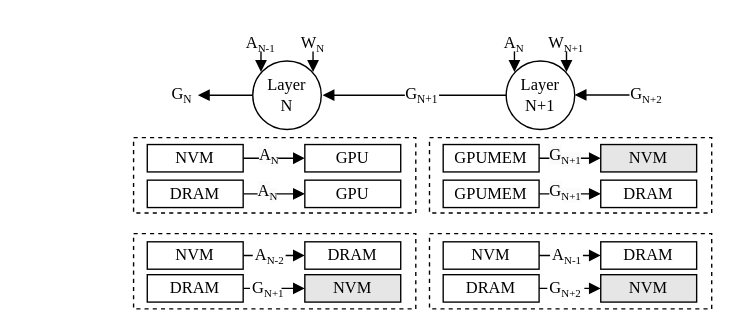
Earlier version of the draw.io diagram fig/pipeline2.drawio (icszhr/NCheck). Source tidied: cells renumbered, new cells numbered last; positions are measured from the earlier drawing's top-left corner, leaving out a move shared by most shapes. Both pictures are drawn from the tidied source at 137%, with x=0, y=0 at pixel (133, 23).
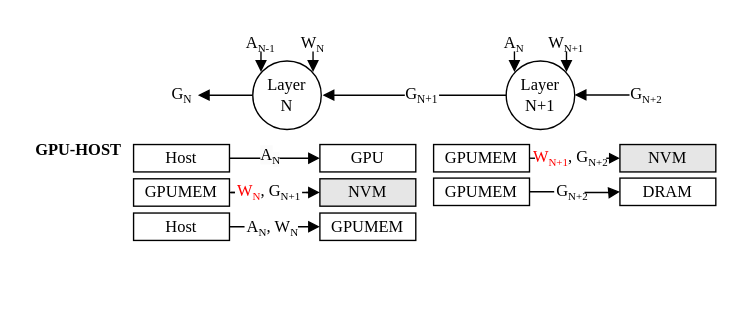
Above is the later version.

What changed in the source:
```diff
@@
-    <mxCell id="2" style="rounded=0;whiteSpace=wrap;html=1;fillColor=none;dashed=1;fontFamily=Times New Roman;" parent="1" vertex="1">
-      <mxGeometry y="153" width="206" height="55" as="geometry" />
-    </mxCell>
-    <mxCell id="3" style="rounded=0;whiteSpace=wrap;html=1;fillColor=none;dashed=1;fontFamily=Times New Roman;" parent="1" vertex="1">
-      <mxGeometry x="216" y="153" width="206" height="55" as="geometry" />
-    </mxCell>
@@
-    <mxCell id="9" style="rounded=0;whiteSpace=wrap;html=1;fillColor=none;dashed=1;fontFamily=Times New Roman;" parent="1" vertex="1">
-      <mxGeometry y="83" width="206" height="55" as="geometry" />
-    </mxCell>
@@
-    <mxCell id="11" value="NVM" style="rounded=0;whiteSpace=wrap;html=1;fontFamily=Times New Roman;" parent="1" vertex="1">
-      <mxGeometry x="10" y="88" width="70" height="20" as="geometry" />
+    <mxCell id="11" value="Host" style="rounded=0;whiteSpace=wrap;html=1;fontFamily=Times New Roman;" parent="1" vertex="1">
+      <mxGeometry y="88" width="70" height="20" as="geometry" />
     </mxCell>
     <mxCell id="12" value="GPU" style="rounded=0;whiteSpace=wrap;html=1;fontFamily=Times New Roman;" parent="1" vertex="1">
-      <mxGeometry x="125" y="88" width="70" height="20" as="geometry" />
+      <mxGeometry x="136" y="88" width="70" height="20" as="geometry" />
     </mxCell>
-    <mxCell id="13" style="edgeStyle=orthogonalEdgeStyle;rounded=0;jettySize=auto;html=1;entryX=0;entryY=0.5;entryDx=0;entryDy=0;endArrow=block;endFill=1;fontFamily=Times New Roman;" parent="1" edge="1" source="14" target="15">
-      <mxGeometry relative="1" as="geometry" />
-    </mxCell>
-    <mxCell id="14" value="NVM" style="rounded=0;whiteSpace=wrap;html=1;fontFamily=Times New Roman;" parent="1" vertex="1">
-      <mxGeometry x="10" y="159" width="70" height="20" as="geometry" />
-    </mxCell>
-    <mxCell id="15" value="DRAM" style="rounded=0;whiteSpace=wrap;html=1;fontFamily=Times New Roman;" parent="1" vertex="1">
-      <mxGeometry x="125" y="159" width="70" height="20" as="geometry" />
-    </mxCell>
-    <mxCell id="16" value="&lt;div style=&quot;text-align: center;&quot;&gt;A&lt;sub&gt;&lt;font style=&quot;font-size: 8px;&quot;&gt;N-2&lt;/font&gt;&lt;/sub&gt;&lt;br&gt;&lt;/div&gt;" style="text;whiteSpace=wrap;html=1;fillColor=default;fontFamily=Times New Roman;" parent="1" vertex="1">
-      <mxGeometry x="87" y="155" width="24" height="24" as="geometry" />
-    </mxCell>
     <mxCell id="17" value="&lt;span style=&quot;color: rgb(0, 0, 0); font-size: 12px; font-style: normal; font-variant-ligatures: normal; font-variant-caps: normal; font-weight: 400; letter-spacing: normal; orphans: 2; text-align: center; text-indent: 0px; text-transform: none; widows: 2; word-spacing: 0px; -webkit-text-stroke-width: 0px; white-space: normal; background-color: rgb(251, 251, 251); text-decoration-thickness: initial; text-decoration-style: initial; text-decoration-color: initial; float: none; display: inline !important;&quot;&gt;A&lt;/span&gt;&lt;sub style=&quot;forced-color-adjust: none; color: rgb(0, 0, 0); font-style: normal; font-variant-ligatures: normal; font-variant-caps: normal; font-weight: 400; letter-spacing: normal; orphans: 2; text-align: center; text-indent: 0px; text-transform: none; widows: 2; word-spacing: 0px; -webkit-text-stroke-width: 0px; white-space: normal; background-color: rgb(251, 251, 251); text-decoration-thickness: initial; text-decoration-style: initial; text-decoration-color: initial;&quot;&gt;&lt;font style=&quot;font-size: 8px;&quot;&gt;N&lt;/font&gt;&lt;/sub&gt;" style="text;whiteSpace=wrap;html=1;fontFamily=Times New Roman;" parent="1" vertex="1">
-      <mxGeometry x="90" y="82" width="23" height="30" as="geometry" />
+      <mxGeometry x="91" y="82" width="23" height="30" as="geometry" />
     </mxCell>
-    <mxCell id="18" style="edgeStyle=orthogonalEdgeStyle;rounded=0;jettySize=auto;html=1;entryX=0;entryY=0.5;entryDx=0;entryDy=0;endArrow=block;endFill=1;exitX=1;exitY=0.5;exitDx=0;exitDy=0;fontFamily=Times New Roman;" parent="1" edge="1" source="19" target="20">
-      <mxGeometry relative="1" as="geometry" />
-    </mxCell>
-    <mxCell id="19" value="DRAM" style="rounded=0;whiteSpace=wrap;html=1;fontFamily=Times New Roman;" parent="1" vertex="1">
-      <mxGeometry x="10" y="114" width="70" height="20" as="geometry" />
-    </mxCell>
-    <mxCell id="20" value="GPU" style="rounded=0;whiteSpace=wrap;html=1;fontFamily=Times New Roman;" parent="1" vertex="1">
-      <mxGeometry x="125" y="114" width="70" height="20" as="geometry" />
-    </mxCell>
-    <mxCell id="21" style="edgeStyle=orthogonalEdgeStyle;rounded=0;jettySize=auto;html=1;entryX=0;entryY=0.5;entryDx=0;entryDy=0;endArrow=block;endFill=1;fontFamily=Times New Roman;" parent="1" edge="1" source="22" target="23">
-      <mxGeometry relative="1" as="geometry" />
-    </mxCell>
-    <mxCell id="22" value="DRAM" style="rounded=0;whiteSpace=wrap;html=1;fontFamily=Times New Roman;" parent="1" vertex="1">
-      <mxGeometry x="10" y="183" width="70" height="20" as="geometry" />
-    </mxCell>
-    <mxCell id="23" value="NVM" style="rounded=0;whiteSpace=wrap;html=1;fontFamily=Times New Roman;fillColor=#E6E6E6;" parent="1" vertex="1">
-      <mxGeometry x="125" y="183" width="70" height="20" as="geometry" />
-    </mxCell>
-    <mxCell id="24" value="&lt;div style=&quot;text-align: center;&quot;&gt;G&lt;sub&gt;&lt;font style=&quot;font-size: 8px;&quot;&gt;N+1&lt;/font&gt;&lt;/sub&gt;&lt;br&gt;&lt;/div&gt;" style="text;whiteSpace=wrap;html=1;fillColor=default;fontFamily=Times New Roman;" parent="1" vertex="1">
-      <mxGeometry x="85" y="179" width="23" height="24" as="geometry" />
-    </mxCell>
-    <mxCell id="25" value="&lt;span style=&quot;color: rgb(0, 0, 0); font-size: 12px; font-style: normal; font-variant-ligatures: normal; font-variant-caps: normal; font-weight: 400; letter-spacing: normal; orphans: 2; text-align: center; text-indent: 0px; text-transform: none; widows: 2; word-spacing: 0px; -webkit-text-stroke-width: 0px; white-space: normal; background-color: rgb(251, 251, 251); text-decoration-thickness: initial; text-decoration-style: initial; text-decoration-color: initial; float: none; display: inline !important;&quot;&gt;A&lt;/span&gt;&lt;sub style=&quot;forced-color-adjust: none; color: rgb(0, 0, 0); font-style: normal; font-variant-ligatures: normal; font-variant-caps: normal; font-weight: 400; letter-spacing: normal; orphans: 2; text-align: center; text-indent: 0px; text-transform: none; widows: 2; word-spacing: 0px; -webkit-text-stroke-width: 0px; white-space: normal; background-color: rgb(251, 251, 251); text-decoration-thickness: initial; text-decoration-style: initial; text-decoration-color: initial;&quot;&gt;&lt;font style=&quot;font-size: 8px;&quot;&gt;N&lt;/font&gt;&lt;/sub&gt;" style="text;whiteSpace=wrap;html=1;fontFamily=Times New Roman;" parent="1" vertex="1">
-      <mxGeometry x="89" y="108" width="17" height="30" as="geometry" />
-    </mxCell>
@@
-    <mxCell id="37" style="rounded=0;whiteSpace=wrap;html=1;fillColor=none;dashed=1;fontFamily=Times New Roman;" parent="1" vertex="1">
-      <mxGeometry x="216" y="83" width="206" height="55" as="geometry" />
-    </mxCell>
-    <mxCell id="38" style="edgeStyle=orthogonalEdgeStyle;rounded=0;jettySize=auto;html=1;entryX=0;entryY=0.5;entryDx=0;entryDy=0;endArrow=block;endFill=1;exitX=1;exitY=0.5;exitDx=0;exitDy=0;fontFamily=Times New Roman;" parent="1" edge="1" source="39" target="40">
-      <mxGeometry relative="1" as="geometry" />
-    </mxCell>
-    <mxCell id="39" value="GPUMEM" style="rounded=0;whiteSpace=wrap;html=1;fontFamily=Times New Roman;" parent="1" vertex="1">
-      <mxGeometry x="226" y="88" width="70" height="20" as="geometry" />
-    </mxCell>
-    <mxCell id="40" value="NVM" style="rounded=0;whiteSpace=wrap;html=1;fontFamily=Times New Roman;fillColor=#E6E6E6;" parent="1" vertex="1">
-      <mxGeometry x="341" y="88" width="70" height="20" as="geometry" />
-    </mxCell>
-    <mxCell id="41" style="edgeStyle=orthogonalEdgeStyle;rounded=0;jettySize=auto;html=1;entryX=0;entryY=0.5;entryDx=0;entryDy=0;endArrow=block;endFill=1;fontFamily=Times New Roman;" parent="1" edge="1" source="42" target="43">
-      <mxGeometry relative="1" as="geometry" />
-    </mxCell>
-    <mxCell id="42" value="NVM" style="rounded=0;whiteSpace=wrap;html=1;fontFamily=Times New Roman;" parent="1" vertex="1">
-      <mxGeometry x="226" y="159" width="70" height="20" as="geometry" />
-    </mxCell>
-    <mxCell id="43" value="DRAM" style="rounded=0;whiteSpace=wrap;html=1;fontFamily=Times New Roman;" parent="1" vertex="1">
-      <mxGeometry x="341" y="159" width="70" height="20" as="geometry" />
-    </mxCell>
-    <mxCell id="44" value="&lt;div style=&quot;text-align: center;&quot;&gt;A&lt;sub&gt;&lt;font style=&quot;font-size: 8px;&quot;&gt;N-1&lt;/font&gt;&lt;/sub&gt;&lt;br&gt;&lt;/div&gt;" style="text;whiteSpace=wrap;html=1;fillColor=default;fontFamily=Times New Roman;" parent="1" vertex="1">
-      <mxGeometry x="304" y="155" width="24" height="24" as="geometry" />
-    </mxCell>
-    <mxCell id="45" value="&lt;span style=&quot;color: rgb(0, 0, 0); font-size: 12px; font-style: normal; font-variant-ligatures: normal; font-variant-caps: normal; font-weight: 400; letter-spacing: normal; orphans: 2; text-align: center; text-indent: 0px; text-transform: none; widows: 2; word-spacing: 0px; -webkit-text-stroke-width: 0px; white-space: normal; background-color: rgb(251, 251, 251); text-decoration-thickness: initial; text-decoration-style: initial; text-decoration-color: initial; float: none; display: inline !important;&quot;&gt;G&lt;/span&gt;&lt;sub style=&quot;forced-color-adjust: none; color: rgb(0, 0, 0); font-style: normal; font-variant-ligatures: normal; font-variant-caps: normal; font-weight: 400; letter-spacing: normal; orphans: 2; text-align: center; text-indent: 0px; text-transform: none; widows: 2; word-spacing: 0px; -webkit-text-stroke-width: 0px; white-space: normal; background-color: rgb(251, 251, 251); text-decoration-thickness: initial; text-decoration-style: initial; text-decoration-color: initial;&quot;&gt;&lt;font style=&quot;font-size: 8px;&quot;&gt;N+1&lt;/font&gt;&lt;/sub&gt;" style="text;whiteSpace=wrap;html=1;fontFamily=Times New Roman;" parent="1" vertex="1">
-      <mxGeometry x="302" y="82" width="23" height="30" as="geometry" />
-    </mxCell>
-    <mxCell id="46" style="edgeStyle=orthogonalEdgeStyle;rounded=0;jettySize=auto;html=1;entryX=0;entryY=0.5;entryDx=0;entryDy=0;endArrow=block;endFill=1;exitX=1;exitY=0.5;exitDx=0;exitDy=0;fontFamily=Times New Roman;" parent="1" edge="1" source="47" target="48">
-      <mxGeometry relative="1" as="geometry" />
-    </mxCell>
-    <mxCell id="47" value="GPUMEM" style="rounded=0;whiteSpace=wrap;html=1;fontFamily=Times New Roman;" parent="1" vertex="1">
-      <mxGeometry x="226" y="114" width="70" height="20" as="geometry" />
-    </mxCell>
-    <mxCell id="48" value="DRAM" style="rounded=0;whiteSpace=wrap;html=1;fontFamily=Times New Roman;" parent="1" vertex="1">
-      <mxGeometry x="341" y="114" width="70" height="20" as="geometry" />
-    </mxCell>
-    <mxCell id="49" style="edgeStyle=orthogonalEdgeStyle;rounded=0;jettySize=auto;html=1;entryX=0;entryY=0.5;entryDx=0;entryDy=0;endArrow=block;endFill=1;fontFamily=Times New Roman;" parent="1" edge="1" source="50" target="51">
-      <mxGeometry relative="1" as="geometry" />
-    </mxCell>
-    <mxCell id="50" value="DRAM" style="rounded=0;whiteSpace=wrap;html=1;fontFamily=Times New Roman;" parent="1" vertex="1">
-      <mxGeometry x="226" y="183" width="70" height="20" as="geometry" />
-    </mxCell>
-    <mxCell id="51" value="NVM" style="rounded=0;whiteSpace=wrap;html=1;fontFamily=Times New Roman;fillColor=#E6E6E6;" parent="1" vertex="1">
-      <mxGeometry x="341" y="183" width="70" height="20" as="geometry" />
-    </mxCell>
+    <mxCell id="54" value="&lt;b&gt;GPU-HOST&lt;/b&gt;" style="text;html=1;align=center;verticalAlign=middle;whiteSpace=wrap;rounded=0;fontFamily=Times New Roman;" parent="1" vertex="1">
+      <mxGeometry x="-80" y="77" width="80" height="30" as="geometry" />
+    </mxCell>
+    <mxCell id="55" style="edgeStyle=orthogonalEdgeStyle;rounded=0;jettySize=auto;html=1;entryX=0;entryY=0.5;entryDx=0;entryDy=0;endArrow=block;endFill=1;fontFamily=Times New Roman;" parent="1" edge="1" source="56" target="57">
+      <mxGeometry relative="1" as="geometry" />
+    </mxCell>
+    <mxCell id="56" value="GPUMEM" style="rounded=0;whiteSpace=wrap;html=1;fontFamily=Times New Roman;" parent="1" vertex="1">
+      <mxGeometry x="219" y="88" width="70" height="20" as="geometry" />
+    </mxCell>
+    <mxCell id="57" value="NVM" style="rounded=0;whiteSpace=wrap;html=1;fontFamily=Times New Roman;fillColor=#E6E6E6;" parent="1" vertex="1">
+      <mxGeometry x="355" y="88" width="70" height="20" as="geometry" />
+    </mxCell>
+    <mxCell id="58" value="&lt;div style=&quot;text-align: center;&quot;&gt;&lt;span style=&quot;background-color: initial; color: rgb(255, 0, 0);&quot;&gt;W&lt;/span&gt;&lt;sub style=&quot;background-color: initial; color: rgb(255, 0, 0);&quot;&gt;&lt;font style=&quot;font-size: 8px;&quot;&gt;N+1&lt;/font&gt;&lt;/sub&gt;, G&lt;sub&gt;&lt;font style=&quot;font-size: 8px;&quot;&gt;N+2&lt;/font&gt;&lt;/sub&gt;&lt;br&gt;&lt;/div&gt;" style="text;whiteSpace=wrap;html=1;fillColor=default;fontFamily=Times New Roman;" parent="1" vertex="1">
+      <mxGeometry x="290" y="83" width="57" height="20" as="geometry" />
+    </mxCell>
+    <mxCell id="59" style="endArrow=none;html=1;rounded=0;" parent="1" edge="1">
+      <mxGeometry relative="1" as="geometry">
+        <mxPoint x="290" y="98" as="sourcePoint" />
+        <mxPoint x="293" y="98" as="targetPoint" />
+      </mxGeometry>
+    </mxCell>
+    <mxCell id="60" style="endArrow=none;html=1;rounded=0;" parent="1" edge="1">
+      <mxGeometry relative="1" as="geometry">
+        <mxPoint x="345" y="98" as="sourcePoint" />
+        <mxPoint x="348" y="98" as="targetPoint" />
+      </mxGeometry>
+    </mxCell>
+    <mxCell id="61" style="edgeStyle=orthogonalEdgeStyle;rounded=0;jettySize=auto;html=1;entryX=0;entryY=0.5;entryDx=0;entryDy=0;endArrow=block;endFill=1;fontFamily=Times New Roman;" parent="1" edge="1" source="52" target="63">
+      <mxGeometry relative="1" as="geometry" />
+    </mxCell>
+    <mxCell id="62" value="GPUMEM" style="rounded=0;whiteSpace=wrap;html=1;fontFamily=Times New Roman;" parent="1" vertex="1">
+      <mxGeometry x="219" y="112.5" width="70" height="20" as="geometry" />
+    </mxCell>
+    <mxCell id="63" value="DRAM" style="rounded=0;whiteSpace=wrap;html=1;fontFamily=Times New Roman;" parent="1" vertex="1">
+      <mxGeometry x="355" y="112.5" width="70" height="20" as="geometry" />
+    </mxCell>
+    <mxCell id="64" style="edgeStyle=orthogonalEdgeStyle;rounded=0;jettySize=auto;html=1;entryX=0;entryY=0.5;entryDx=0;entryDy=0;endArrow=block;endFill=1;fontFamily=Times New Roman;" parent="1" edge="1" source="62" target="52">
+      <mxGeometry relative="1" as="geometry" />
+    </mxCell>
     <mxCell id="52" value="&lt;div style=&quot;text-align: center;&quot;&gt;G&lt;sub&gt;&lt;font style=&quot;font-size: 8px;&quot;&gt;N+2&lt;/font&gt;&lt;/sub&gt;&lt;br&gt;&lt;/div&gt;" style="text;whiteSpace=wrap;html=1;fillColor=default;fontFamily=Times New Roman;" parent="1" vertex="1">
-      <mxGeometry x="302" y="179" width="27" height="24" as="geometry" />
+      <mxGeometry x="307" y="108" width="22" height="30" as="geometry" />
     </mxCell>
-    <mxCell id="53" value="&lt;span style=&quot;color: rgb(0, 0, 0); font-size: 12px; font-style: normal; font-variant-ligatures: normal; font-variant-caps: normal; font-weight: 400; letter-spacing: normal; orphans: 2; text-align: center; text-indent: 0px; text-transform: none; widows: 2; word-spacing: 0px; -webkit-text-stroke-width: 0px; white-space: normal; background-color: rgb(251, 251, 251); text-decoration-thickness: initial; text-decoration-style: initial; text-decoration-color: initial; float: none; display: inline !important;&quot;&gt;G&lt;/span&gt;&lt;sub style=&quot;forced-color-adjust: none; color: rgb(0, 0, 0); font-style: normal; font-variant-ligatures: normal; font-variant-caps: normal; font-weight: 400; letter-spacing: normal; orphans: 2; text-align: center; text-indent: 0px; text-transform: none; widows: 2; word-spacing: 0px; -webkit-text-stroke-width: 0px; white-space: normal; background-color: rgb(251, 251, 251); text-decoration-thickness: initial; text-decoration-style: initial; text-decoration-color: initial;&quot;&gt;&lt;font style=&quot;font-size: 8px;&quot;&gt;N+1&lt;/font&gt;&lt;/sub&gt;" style="text;whiteSpace=wrap;html=1;fontFamily=Times New Roman;" parent="1" vertex="1">
-      <mxGeometry x="302" y="108" width="17" height="30" as="geometry" />
-    </mxCell>
+    <mxCell id="65" style="edgeStyle=orthogonalEdgeStyle;rounded=0;jettySize=auto;html=1;entryX=0;entryY=0.5;entryDx=0;entryDy=0;endArrow=block;endFill=1;fontFamily=Times New Roman;" parent="1" edge="1" source="66" target="67">
+      <mxGeometry relative="1" as="geometry" />
+    </mxCell>
+    <mxCell id="66" value="GPUMEM" style="rounded=0;whiteSpace=wrap;html=1;fontFamily=Times New Roman;" parent="1" vertex="1">
+      <mxGeometry y="113" width="70" height="20" as="geometry" />
+    </mxCell>
+    <mxCell id="67" value="NVM" style="rounded=0;whiteSpace=wrap;html=1;fontFamily=Times New Roman;fillColor=#E6E6E6;" parent="1" vertex="1">
+      <mxGeometry x="136" y="113" width="70" height="20" as="geometry" />
+    </mxCell>
+    <mxCell id="68" value="&lt;div style=&quot;text-align: center;&quot;&gt;&lt;span style=&quot;background-color: initial; color: rgb(255, 0, 0);&quot;&gt;W&lt;/span&gt;&lt;sub style=&quot;background-color: initial; color: rgb(255, 0, 0);&quot;&gt;&lt;font style=&quot;font-size: 8px;&quot;&gt;N&lt;/font&gt;&lt;/sub&gt;, G&lt;sub&gt;&lt;font style=&quot;font-size: 8px;&quot;&gt;N+1&lt;/font&gt;&lt;/sub&gt;&lt;br&gt;&lt;/div&gt;" style="text;whiteSpace=wrap;html=1;fillColor=default;fontFamily=Times New Roman;" parent="1" vertex="1">
+      <mxGeometry x="74" y="108" width="49" height="20" as="geometry" />
+    </mxCell>
+    <mxCell id="69" style="endArrow=none;html=1;rounded=0;" parent="1" edge="1">
+      <mxGeometry relative="1" as="geometry">
+        <mxPoint x="71" y="123" as="sourcePoint" />
+        <mxPoint x="74" y="123" as="targetPoint" />
+      </mxGeometry>
+    </mxCell>
+    <mxCell id="70" style="endArrow=none;html=1;rounded=0;" parent="1" edge="1">
+      <mxGeometry relative="1" as="geometry">
+        <mxPoint x="126" y="123" as="sourcePoint" />
+        <mxPoint x="129" y="123" as="targetPoint" />
+      </mxGeometry>
+    </mxCell>
+    <mxCell id="71" style="edgeStyle=orthogonalEdgeStyle;rounded=0;jettySize=auto;html=1;entryX=0;entryY=0.5;entryDx=0;entryDy=0;endArrow=block;endFill=1;fontFamily=Times New Roman;" parent="1" edge="1" source="72" target="73">
+      <mxGeometry relative="1" as="geometry" />
+    </mxCell>
+    <mxCell id="72" value="Host" style="rounded=0;whiteSpace=wrap;html=1;fontFamily=Times New Roman;" parent="1" vertex="1">
+      <mxGeometry y="138" width="70" height="20" as="geometry" />
+    </mxCell>
+    <mxCell id="73" value="GPUMEM" style="rounded=0;whiteSpace=wrap;html=1;fontFamily=Times New Roman;" parent="1" vertex="1">
+      <mxGeometry x="136" y="138" width="70" height="20" as="geometry" />
+    </mxCell>
+    <mxCell id="74" value="&lt;div style=&quot;text-align: center;&quot;&gt;A&lt;sub&gt;&lt;font style=&quot;font-size: 8px;&quot;&gt;N&lt;/font&gt;&lt;/sub&gt;&lt;span style=&quot;background-color: initial;&quot;&gt;,&amp;nbsp;&lt;/span&gt;&lt;span style=&quot;background-color: initial;&quot;&gt;W&lt;/span&gt;&lt;sub style=&quot;background-color: initial;&quot;&gt;&lt;font style=&quot;font-size: 8px;&quot;&gt;N&lt;/font&gt;&lt;/sub&gt;&lt;span style=&quot;background-color: initial;&quot;&gt;&amp;nbsp;&lt;/span&gt;&lt;/div&gt;" style="text;whiteSpace=wrap;html=1;fillColor=default;fontFamily=Times New Roman;" parent="1" vertex="1">
+      <mxGeometry x="81" y="133.5" width="39" height="20" as="geometry" />
+    </mxCell>
```
